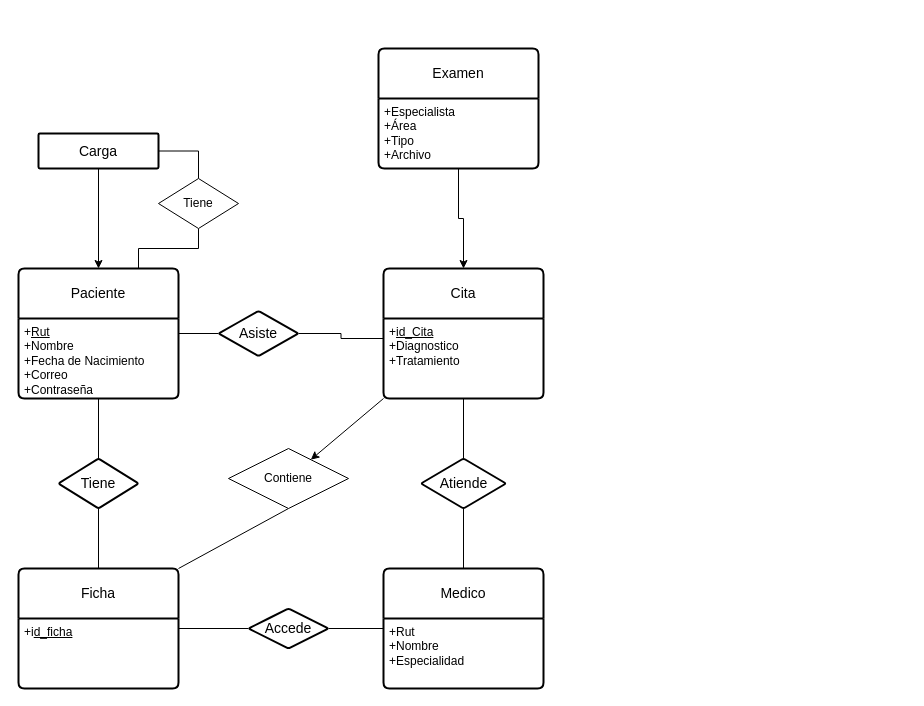
Before: MER.drawio in Lureg04/MDPI, a draw.io diagram. Source tidied: cells renumbered, new cells numbered last; positions are measured from the earlier drawing's top-left corner, leaving out a move shared by most shapes. Both pictures are drawn from the tidied source at 100%, with x=0, y=0 at pixel (18, 48).
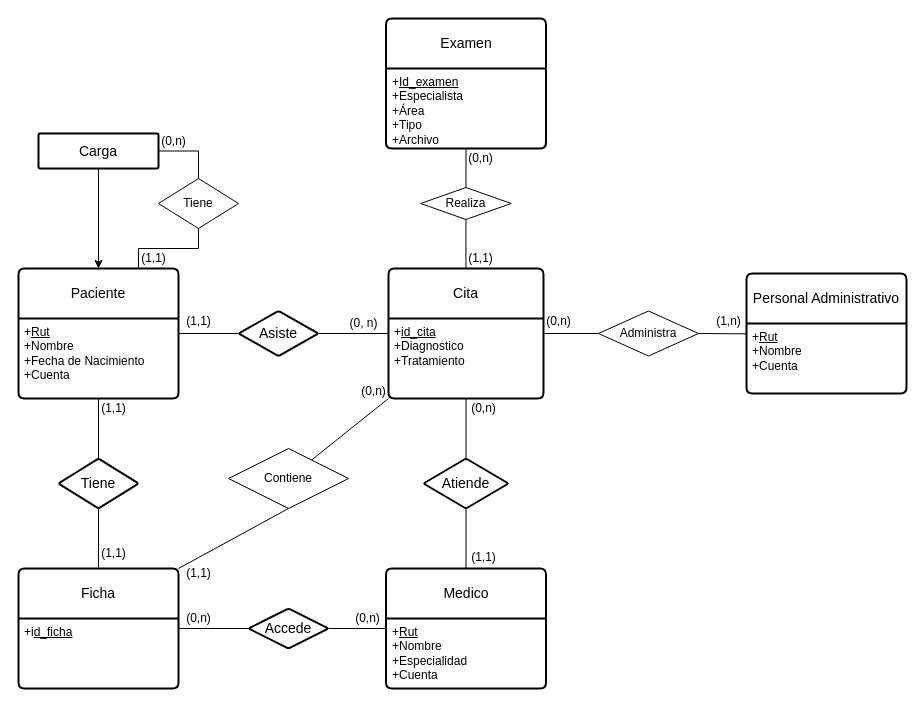
Above is the later version.

Unchanged cells that the change refers to:
```xml
<mxCell id="4" value="Paciente" style="swimlane;horizontal=1;startSize=50;rounded=1;fontSize=14;fontStyle=0;strokeWidth=2;shadow=0;dashed=0;align=center;arcSize=4;whiteSpace=wrap;html=1;" parent="1" vertex="1">
  <mxGeometry y="220" width="160" height="130" as="geometry" />
</mxCell>
<mxCell id="27" value="Contiene" style="shape=rhombus;perimeter=rhombusPerimeter;whiteSpace=wrap;html=1;align=center;" parent="1" vertex="1">
  <mxGeometry x="210" y="400" width="120" height="60" as="geometry" />
</mxCell>
<mxCell id="32" value="Tiene" style="rhombus;whiteSpace=wrap;html=1;" parent="1" vertex="1">
  <mxGeometry x="140" y="130" width="80" height="50" as="geometry" />
</mxCell>
```

The edit, as a diff of the source:
```diff
@@
-    <mxCell id="3" style="edgeStyle=orthogonalEdgeStyle;rounded=0;jettySize=auto;html=1;exitX=0.75;exitY=0;exitDx=0;exitDy=0;entryX=0.5;entryY=1;entryDx=0;entryDy=0;endArrow=none;endFill=0;" parent="1" edge="1" source="4" target="32">
+    <mxCell id="3" style="edgeStyle=orthogonalEdgeStyle;rounded=0;jettySize=auto;exitX=0.75;exitY=0;exitDx=0;exitDy=0;entryX=0.5;entryY=1;entryDx=0;entryDy=0;endArrow=none;endFill=0;enumerate=0;orthogonal=0;comic=0;shadow=0;flowAnimation=0;html=1;" parent="1" edge="1" source="4" target="32">
       <mxGeometry relative="1" as="geometry" />
     </mxCell>
@@
-    <mxCell id="5" value="+&lt;u&gt;Rut&lt;/u&gt;&lt;br&gt;+Nombre&lt;br&gt;+Fecha de Nacimiento&lt;div&gt;+Correo&lt;/div&gt;&lt;div&gt;+Contraseña&lt;/div&gt;" style="align=left;strokeColor=none;fillColor=none;spacingLeft=4;fontSize=12;verticalAlign=top;html=1;" parent="4" vertex="1">
+    <mxCell id="5" value="+&lt;u&gt;Rut&lt;/u&gt;&lt;br&gt;+Nombre&lt;br&gt;+Fecha de Nacimiento&lt;div&gt;+Cuenta&lt;/div&gt;" style="align=left;strokeColor=none;fillColor=none;spacingLeft=4;fontSize=12;verticalAlign=top;html=1;" parent="4" vertex="1">
       <mxGeometry y="50" width="160" height="80" as="geometry" />
     </mxCell>
@@
     <mxCell id="8" value="Medico" style="swimlane;horizontal=1;startSize=50;rounded=1;fontSize=14;fontStyle=0;strokeWidth=2;shadow=0;dashed=0;align=center;arcSize=4;whiteSpace=wrap;html=1;" parent="1" vertex="1">
-      <mxGeometry x="365" y="520" width="160" height="120" as="geometry" />
+      <mxGeometry x="367.5" y="520" width="160" height="120" as="geometry" />
     </mxCell>
-    <mxCell id="9" value="+Rut&lt;br&gt;+Nombre&lt;br&gt;&lt;div&gt;+Especialidad&lt;/div&gt;" style="align=left;strokeColor=none;fillColor=none;spacingLeft=4;fontSize=12;verticalAlign=top;html=1;" parent="8" vertex="1">
+    <mxCell id="9" value="+&lt;u&gt;Rut&lt;/u&gt;&lt;br&gt;+Nombre&lt;br&gt;&lt;div&gt;+Especialidad&lt;/div&gt;&lt;div&gt;+Cuenta&lt;/div&gt;" style="align=left;strokeColor=none;fillColor=none;spacingLeft=4;fontSize=12;verticalAlign=top;html=1;" parent="8" vertex="1">
       <mxGeometry y="50" width="160" height="70" as="geometry" />
     </mxCell>
+    <mxCell id="33" style="edgeStyle=orthogonalEdgeStyle;rounded=0;jettySize=auto;html=1;exitX=0;exitY=0.5;exitDx=0;exitDy=0;entryX=1;entryY=0.5;entryDx=0;entryDy=0;endArrow=none;endFill=0;" parent="1" edge="1" source="10" target="21">
+      <mxGeometry relative="1" as="geometry" />
+    </mxCell>
     <mxCell id="10" value="Cita" style="swimlane;horizontal=1;startSize=50;rounded=1;fontSize=14;fontStyle=0;strokeWidth=2;shadow=0;dashed=0;align=center;arcSize=4;whiteSpace=wrap;html=1;" parent="1" vertex="1">
-      <mxGeometry x="365" y="220" width="160" height="130" as="geometry" />
+      <mxGeometry x="370" y="220" width="155" height="130" as="geometry" />
     </mxCell>
-    <mxCell id="11" value="&lt;div&gt;+&lt;u&gt;id_Cita&lt;/u&gt;&lt;/div&gt;+Diagnostico&lt;br&gt;+Tratamiento&lt;div&gt;&lt;br&gt;&lt;/div&gt;" style="align=left;strokeColor=none;fillColor=none;spacingLeft=4;fontSize=12;verticalAlign=top;html=1;" parent="10" vertex="1">
-      <mxGeometry y="50" width="160" height="80" as="geometry" />
+    <mxCell id="11" value="&lt;div&gt;+&lt;u&gt;id_cita&lt;/u&gt;&lt;/div&gt;+Diagnostico&lt;br&gt;+Tratamiento&lt;div&gt;&lt;br&gt;&lt;/div&gt;" style="align=left;strokeColor=none;fillColor=none;spacingLeft=4;fontSize=12;verticalAlign=top;html=1;" parent="10" vertex="1">
+      <mxGeometry y="50" width="155" height="80" as="geometry" />
     </mxCell>
@@
     <mxCell id="16" value="Examen" style="swimlane;horizontal=1;startSize=50;rounded=1;fontSize=14;fontStyle=0;strokeWidth=2;shadow=0;dashed=0;align=center;arcSize=4;whiteSpace=wrap;html=1;" parent="1" vertex="1">
-      <mxGeometry x="360" width="160" height="120" as="geometry" />
+      <mxGeometry x="367.5" y="-30" width="160" height="130" as="geometry" />
     </mxCell>
-    <mxCell id="17" value="+Especialista&lt;br&gt;+Área&lt;div&gt;+Tipo&lt;/div&gt;&lt;div&gt;+Archivo&lt;/div&gt;" style="align=left;strokeColor=none;fillColor=none;spacingLeft=4;fontSize=12;verticalAlign=top;html=1;" parent="16" vertex="1">
-      <mxGeometry y="50" width="160" height="70" as="geometry" />
+    <mxCell id="17" value="&lt;div&gt;+&lt;u&gt;Id_examen&lt;/u&gt;&lt;/div&gt;+Especialista&lt;br&gt;+Área&lt;div&gt;+Tipo&lt;/div&gt;&lt;div&gt;+Archivo&lt;/div&gt;" style="align=left;strokeColor=none;fillColor=none;spacingLeft=4;fontSize=12;verticalAlign=top;html=1;" parent="16" vertex="1">
+      <mxGeometry y="50" width="160" height="80" as="geometry" />
     </mxCell>
@@
-    <mxCell id="20" style="edgeStyle=orthogonalEdgeStyle;rounded=0;jettySize=auto;html=1;entryX=0;entryY=0.25;entryDx=0;entryDy=0;endArrow=none;endFill=0;" parent="1" edge="1" source="21" target="11">
-      <mxGeometry relative="1" as="geometry" />
-    </mxCell>
     <mxCell id="21" value="Asiste" style="rhombus;whiteSpace=wrap;html=1;fontSize=14;fontStyle=0;startSize=50;rounded=1;strokeWidth=2;shadow=0;dashed=0;arcSize=4;" parent="1" vertex="1">
-      <mxGeometry x="200" y="262.5" width="80" height="45" as="geometry" />
+      <mxGeometry x="220" y="262.5" width="80" height="45" as="geometry" />
     </mxCell>
-    <mxCell id="22" style="edgeStyle=orthogonalEdgeStyle;rounded=0;jettySize=auto;html=1;entryX=0.5;entryY=0;entryDx=0;entryDy=0;" parent="1" edge="1" source="17" target="10">
-      <mxGeometry relative="1" as="geometry" />
-    </mxCell>
@@
     <mxCell id="24" value="Atiende" style="rhombus;whiteSpace=wrap;html=1;fontSize=14;fontStyle=0;startSize=50;rounded=1;strokeWidth=2;shadow=0;dashed=0;arcSize=4;" parent="1" vertex="1">
-      <mxGeometry x="402.5" y="410" width="85" height="50" as="geometry" />
+      <mxGeometry x="405" y="410" width="85" height="50" as="geometry" />
     </mxCell>
@@
-    <mxCell id="28" style="rounded=0;jettySize=auto;html=1;exitX=0;exitY=1;exitDx=0;exitDy=0;" parent="1" edge="1" source="11" target="27">
+    <mxCell id="28" style="rounded=0;jettySize=auto;html=1;exitX=0;exitY=1;exitDx=0;exitDy=0;endArrow=none;endFill=0;" parent="1" edge="1" source="11" target="27">
       <mxGeometry relative="1" as="geometry" />
     </mxCell>
@@
+    <mxCell id="34" value="Personal Administrativo" style="swimlane;horizontal=1;startSize=50;rounded=1;fontSize=14;fontStyle=0;strokeWidth=2;shadow=0;dashed=0;align=center;arcSize=4;whiteSpace=wrap;html=1;" parent="1" vertex="1">
+      <mxGeometry x="728" y="225" width="160" height="120" as="geometry" />
+    </mxCell>
+    <mxCell id="35" value="+&lt;u&gt;Rut&lt;/u&gt;&lt;br&gt;&lt;div&gt;+Nombre&lt;/div&gt;&lt;div&gt;+Cuenta&lt;/div&gt;" style="align=left;strokeColor=none;fillColor=none;spacingLeft=4;fontSize=12;verticalAlign=top;html=1;" parent="34" vertex="1">
+      <mxGeometry y="50" width="160" height="70" as="geometry" />
+    </mxCell>
+    <mxCell id="36" value="Administra" style="shape=rhombus;perimeter=rhombusPerimeter;whiteSpace=wrap;html=1;align=center;" parent="1" vertex="1">
+      <mxGeometry x="580" y="262.5" width="100" height="45" as="geometry" />
+    </mxCell>
+    <mxCell id="37" style="endArrow=none;html=1;rounded=0;exitX=1;exitY=0.5;exitDx=0;exitDy=0;entryX=0;entryY=0.5;entryDx=0;entryDy=0;" parent="1" edge="1" source="10" target="36">
+      <mxGeometry relative="1" as="geometry" />
+    </mxCell>
+    <mxCell id="38" style="endArrow=none;html=1;rounded=0;exitX=1;exitY=0.5;exitDx=0;exitDy=0;entryX=0.002;entryY=0.148;entryDx=0;entryDy=0;entryPerimeter=0;" parent="1" edge="1" source="36" target="35">
+      <mxGeometry relative="1" as="geometry" />
+    </mxCell>
+    <mxCell id="39" value="(0, n)" style="text;html=1;align=center;verticalAlign=middle;strokeColor=none;fillColor=none;" parent="1" vertex="1">
+      <mxGeometry x="320" y="260" width="50" height="30" as="geometry" />
+    </mxCell>
+    <mxCell id="40" value="(1,1)" style="text;html=1;align=center;verticalAlign=middle;strokeColor=none;fillColor=none;" parent="1" vertex="1">
+      <mxGeometry x="155" y="258" width="50" height="30" as="geometry" />
+    </mxCell>
+    <mxCell id="41" value="(1,1)" style="text;html=1;align=center;verticalAlign=middle;strokeColor=none;fillColor=none;" parent="1" vertex="1">
+      <mxGeometry x="110" y="195" width="50" height="30" as="geometry" />
+    </mxCell>
+    <mxCell id="42" value="(0,n)" style="text;html=1;align=center;verticalAlign=middle;strokeColor=none;fillColor=none;" parent="1" vertex="1">
+      <mxGeometry x="130" y="78" width="50" height="30" as="geometry" />
+    </mxCell>
+    <mxCell id="43" value="(1,1)" style="text;html=1;align=center;verticalAlign=middle;strokeColor=none;fillColor=none;" parent="1" vertex="1">
+      <mxGeometry x="70" y="490" width="50" height="30" as="geometry" />
+    </mxCell>
+    <mxCell id="44" value="(1,1)" style="text;html=1;align=center;verticalAlign=middle;strokeColor=none;fillColor=none;" parent="1" vertex="1">
+      <mxGeometry x="70" y="345" width="50" height="30" as="geometry" />
+    </mxCell>
+    <mxCell id="45" value="(1,1)" style="text;html=1;align=center;verticalAlign=middle;strokeColor=none;fillColor=none;" parent="1" vertex="1">
+      <mxGeometry x="155" y="510" width="50" height="30" as="geometry" />
+    </mxCell>
+    <mxCell id="46" value="(0,n)" style="text;html=1;align=center;verticalAlign=middle;strokeColor=none;fillColor=none;" parent="1" vertex="1">
+      <mxGeometry x="330" y="328" width="50" height="30" as="geometry" />
+    </mxCell>
+    <mxCell id="47" value="(0,n)" style="text;html=1;align=center;verticalAlign=middle;strokeColor=none;fillColor=none;" parent="1" vertex="1">
+      <mxGeometry x="324" y="555" width="50" height="30" as="geometry" />
+    </mxCell>
+    <mxCell id="48" value="(0,n)" style="text;html=1;align=center;verticalAlign=middle;strokeColor=none;fillColor=none;" parent="1" vertex="1">
+      <mxGeometry x="155" y="555" width="50" height="30" as="geometry" />
+    </mxCell>
+    <mxCell id="49" value="(0,n)" style="text;html=1;align=center;verticalAlign=middle;strokeColor=none;fillColor=none;" parent="1" vertex="1">
+      <mxGeometry x="440" y="345" width="50" height="30" as="geometry" />
+    </mxCell>
+    <mxCell id="50" value="(1,1)" style="text;html=1;align=center;verticalAlign=middle;strokeColor=none;fillColor=none;" parent="1" vertex="1">
+      <mxGeometry x="440" y="494" width="50" height="30" as="geometry" />
+    </mxCell>
+    <mxCell id="51" style="edgeStyle=orthogonalEdgeStyle;rounded=0;jettySize=auto;html=1;exitX=0.5;exitY=0;exitDx=0;exitDy=0;entryX=0.5;entryY=1;entryDx=0;entryDy=0;endArrow=none;endFill=0;" parent="1" edge="1" source="53" target="17">
+      <mxGeometry relative="1" as="geometry" />
+    </mxCell>
+    <mxCell id="52" style="edgeStyle=orthogonalEdgeStyle;rounded=0;jettySize=auto;html=1;exitX=0.5;exitY=1;exitDx=0;exitDy=0;endArrow=none;endFill=0;" parent="1" edge="1" source="53" target="10">
+      <mxGeometry relative="1" as="geometry" />
+    </mxCell>
+    <mxCell id="53" value="Realiza" style="shape=rhombus;perimeter=rhombusPerimeter;whiteSpace=wrap;html=1;align=center;" parent="1" vertex="1">
+      <mxGeometry x="402.2" y="139" width="90.5" height="32" as="geometry" />
+    </mxCell>
+    <mxCell id="54" value="(0,n)" style="text;html=1;align=center;verticalAlign=middle;strokeColor=none;fillColor=none;" parent="1" vertex="1">
+      <mxGeometry x="437" y="95" width="50" height="30" as="geometry" />
+    </mxCell>
+    <mxCell id="55" value="(1,1)" style="text;html=1;align=center;verticalAlign=middle;strokeColor=none;fillColor=none;" parent="1" vertex="1">
+      <mxGeometry x="437" y="195" width="50" height="30" as="geometry" />
+    </mxCell>
+    <mxCell id="56" value="(0,n)" style="text;html=1;align=center;verticalAlign=middle;strokeColor=none;fillColor=none;" parent="1" vertex="1">
+      <mxGeometry x="515" y="258" width="50" height="30" as="geometry" />
+    </mxCell>
+    <mxCell id="57" value="(1,n)" style="text;html=1;align=center;verticalAlign=middle;strokeColor=none;fillColor=none;" parent="1" vertex="1">
+      <mxGeometry x="685" y="258" width="50" height="30" as="geometry" />
+    </mxCell>
```
